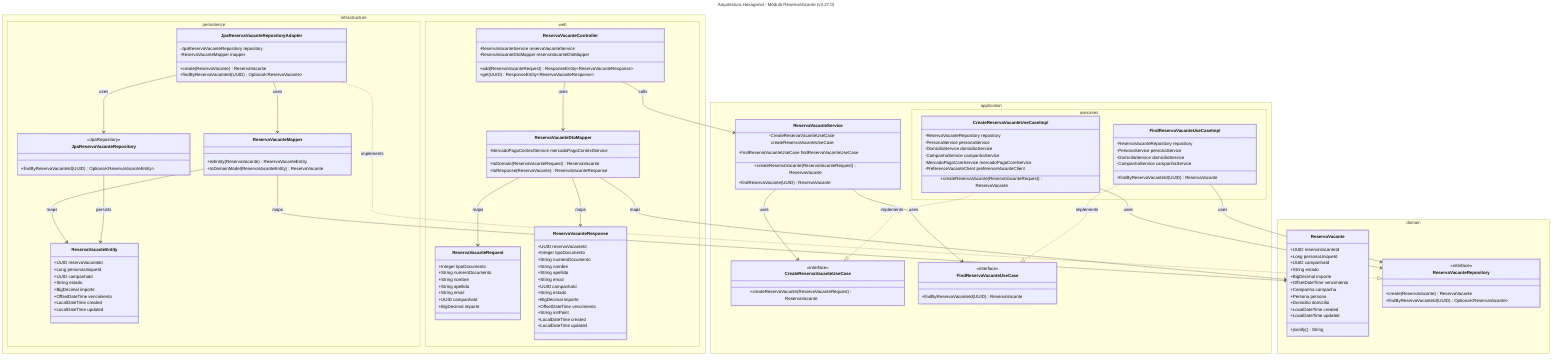
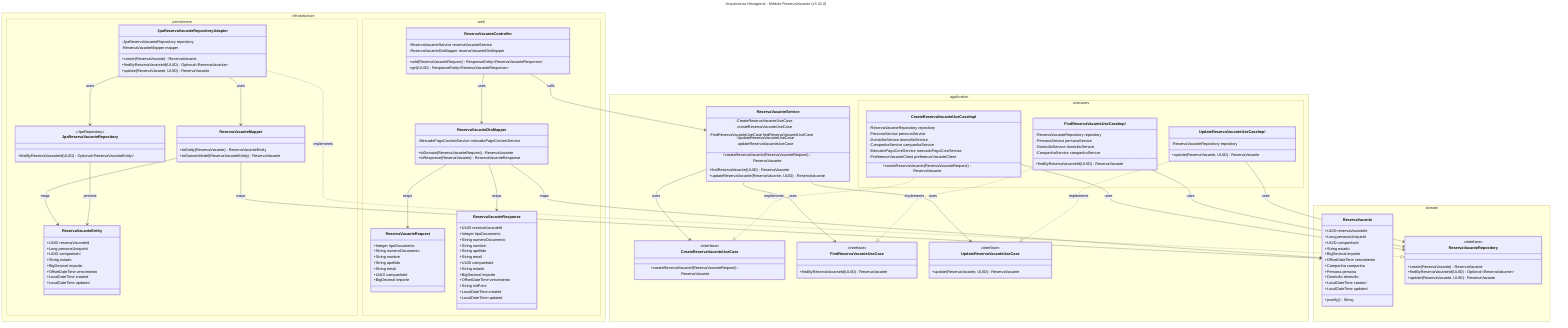
---
- title: Arquitectura Hexagonal - Módulo ReservaVacante (v3.27.0)
+ title: Arquitectura Hexagonal - Módulo ReservaVacante (v3.32.0)
---

classDiagram
    direction TB

    namespace domain {
        class ReservaVacante {
            +UUID reservaVacanteId
            +Long personaUniqueId
            +UUID campanhaId
            +String estado
            +BigDecimal importe
            +OffsetDateTime vencimiento
            +Campanha campanha
            +Persona persona
            +Domicilio domicilio
            +LocalDateTime created
            +LocalDateTime updated
            +jsonify() String
        }

        class ReservaVacanteRepository {
            <<interface>>
            +create(ReservaVacante) ReservaVacante
            +findByReservaVacanteId(UUID) Optional~ReservaVacante~
+             +update(ReservaVacante, UUID) ReservaVacante
        }
    }

    namespace application {
        class ReservaVacanteService {
            -CreateReservaVacanteUseCase createReservaVacanteUseCase
            -FindReservaVacanteUseCase findReservaVacanteUseCase
+             -UpdateReservaVacanteUseCase updateReservaVacanteUseCase
            +createReservaVacante(ReservaVacanteRequest) ReservaVacante
            +findReservaVacante(UUID) ReservaVacante
+             +updateReservaVacante(ReservaVacante, UUID) ReservaVacante
        }

        namespace usecases {
            class CreateReservaVacanteUseCaseImpl {
                -ReservaVacanteRepository repository
                -PersonaService personaService
                -DomicilioService domicilioService
                -CampanhaService campanhaService
                -MercadoPagoCoreService mercadoPagoCoreService
                -PreferenceVacanteClient preferenceVacanteClient
                +createReservaVacante(ReservaVacanteRequest) ReservaVacante
            }
            class FindReservaVacanteUseCaseImpl {
                -ReservaVacanteRepository repository
                -PersonaService personaService
                -DomicilioService domicilioService
                -CampanhaService campanhaService
                +findByReservaVacanteId(UUID) ReservaVacante
            }
+             class UpdateReservaVacanteUseCaseImpl {
+                 -ReservaVacanteRepository repository
+                 +update(ReservaVacante, UUID) ReservaVacante
+             }
        }

        class CreateReservaVacanteUseCase {
            <<interface>>
            +createReservaVacante(ReservaVacanteRequest) ReservaVacante
        }
        class FindReservaVacanteUseCase {
            <<interface>>
            +findByReservaVacanteId(UUID) ReservaVacante
+         }
+         class UpdateReservaVacanteUseCase {
+             <<interface>>
+             +update(ReservaVacante, UUID) ReservaVacante
        }
    }

    namespace infrastructure {
        namespace persistence {
            class ReservaVacanteEntity {
                +UUID reservaVacanteId
                +Long personaUniqueId
                +UUID campanhaId
                +String estado
                +BigDecimal importe
                +OffsetDateTime vencimiento
                +LocalDateTime created
                +LocalDateTime updated
            }

            class JpaReservaVacanteRepository {
                <<JpaRepository>>
                +findByReservaVacanteId(UUID) Optional~ReservaVacanteEntity~
            }

            class JpaReservaVacanteRepositoryAdapter {
                -JpaReservaVacanteRepository repository
                -ReservaVacanteMapper mapper
                +create(ReservaVacante) ReservaVacante
                +findByReservaVacanteId(UUID) Optional~ReservaVacante~
+                 +update(ReservaVacante, UUID) ReservaVacante
            }

            class ReservaVacanteMapper {
                +toEntity(ReservaVacante) ReservaVacanteEntity
                +toDomainModel(ReservaVacanteEntity) ReservaVacante
            }
        }

        namespace web {
            class ReservaVacanteController {
                -ReservaVacanteService reservaVacanteService
                -ReservaVacanteDtoMapper reservaVacanteDtoMapper
                +add(ReservaVacanteRequest) ResponseEntity~ReservaVacanteResponse~
                +get(UUID) ResponseEntity~ReservaVacanteResponse~
            }

            class ReservaVacanteRequest {
                +Integer tipoDocumento
                +String numeroDocumento
                +String nombre
                +String apellido
                +String email
                +UUID campanhaId
                +BigDecimal importe
            }

            class ReservaVacanteResponse {
                +UUID reservaVacanteId
                +Integer tipoDocumento
                +String numeroDocumento
                +String nombre
                +String apellido
                +String email
                +UUID campanhaId
                +String estado
                +BigDecimal importe
                +OffsetDateTime vencimiento
                +String initPoint
                +LocalDateTime created
                +LocalDateTime updated
            }

            class ReservaVacanteDtoMapper {
                -MercadoPagoContextService mercadoPagoContextService
                +toDomain(ReservaVacanteRequest) ReservaVacante
                +toResponse(ReservaVacante) ReservaVacanteResponse
            }
        }
    }

    ReservaVacanteService --> CreateReservaVacanteUseCase : uses
    ReservaVacanteService --> FindReservaVacanteUseCase : uses
+     ReservaVacanteService --> UpdateReservaVacanteUseCase : uses

    CreateReservaVacanteUseCaseImpl ..|> CreateReservaVacanteUseCase : implements
    FindReservaVacanteUseCaseImpl ..|> FindReservaVacanteUseCase : implements
+     UpdateReservaVacanteUseCaseImpl ..|> UpdateReservaVacanteUseCase : implements

    CreateReservaVacanteUseCaseImpl --> ReservaVacanteRepository : uses
    FindReservaVacanteUseCaseImpl --> ReservaVacanteRepository : uses
+     UpdateReservaVacanteUseCaseImpl --> ReservaVacanteRepository : uses

    JpaReservaVacanteRepositoryAdapter ..|> ReservaVacanteRepository : implements
    JpaReservaVacanteRepositoryAdapter --> JpaReservaVacanteRepository : uses
    JpaReservaVacanteRepositoryAdapter --> ReservaVacanteMapper : uses

    ReservaVacanteMapper --> ReservaVacante : maps
    ReservaVacanteMapper --> ReservaVacanteEntity : maps
    JpaReservaVacanteRepository --> ReservaVacanteEntity : persists

    ReservaVacanteController --> ReservaVacanteService : calls
    ReservaVacanteController --> ReservaVacanteDtoMapper : uses
    ReservaVacanteDtoMapper --> ReservaVacante : maps
    ReservaVacanteDtoMapper --> ReservaVacanteRequest : maps
    ReservaVacanteDtoMapper --> ReservaVacanteResponse : maps
